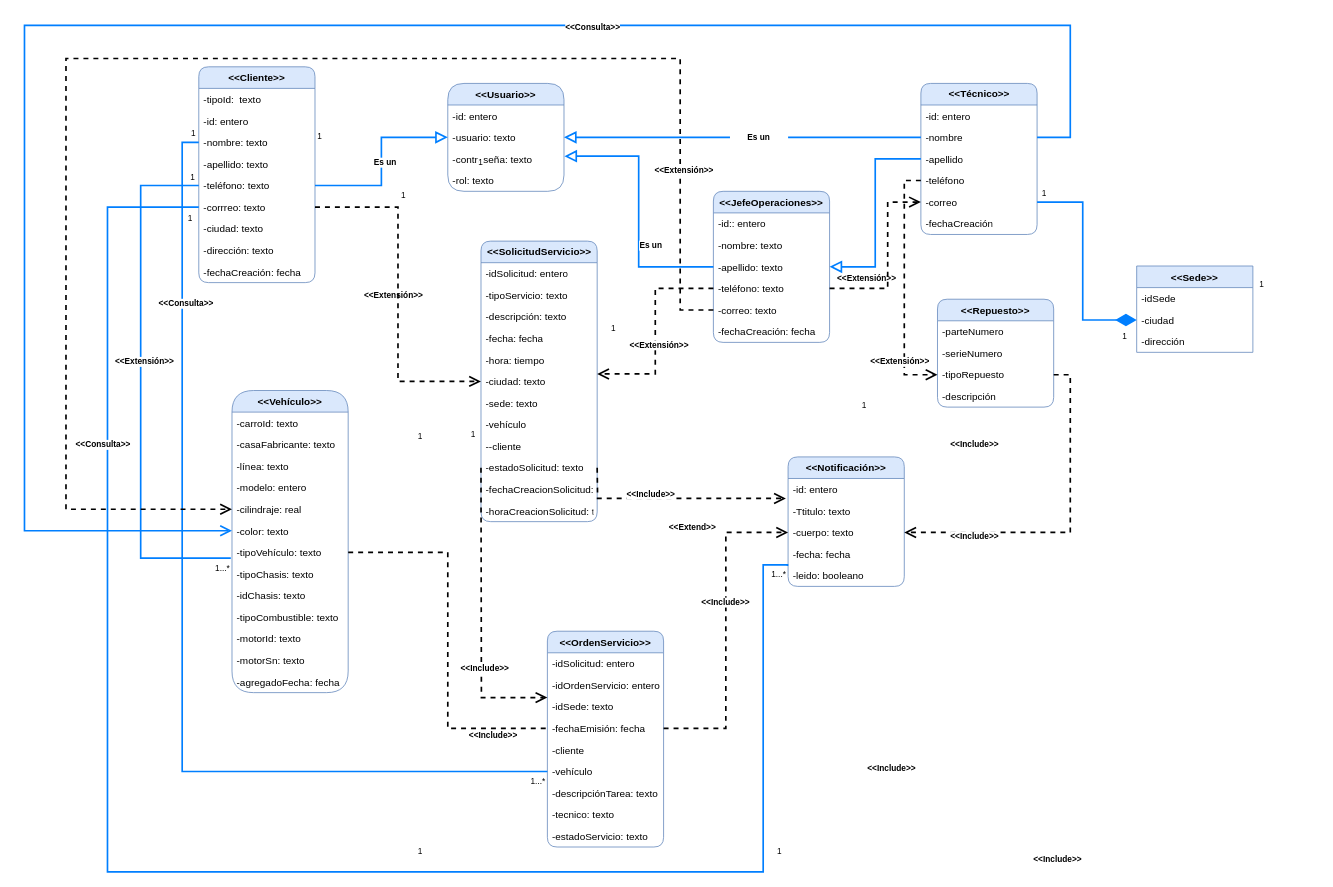
This is Diagrama_sima.drawio from Equipo9-G10/sima, a draw.io file, before an edit. Source tidied: cells renumbered, new cells numbered last; positions are measured from the earlier drawing's top-left corner, leaving out a move shared by most shapes. Both pictures are drawn from the tidied source at 83%, with x=0, y=0 at pixel (24, 14).
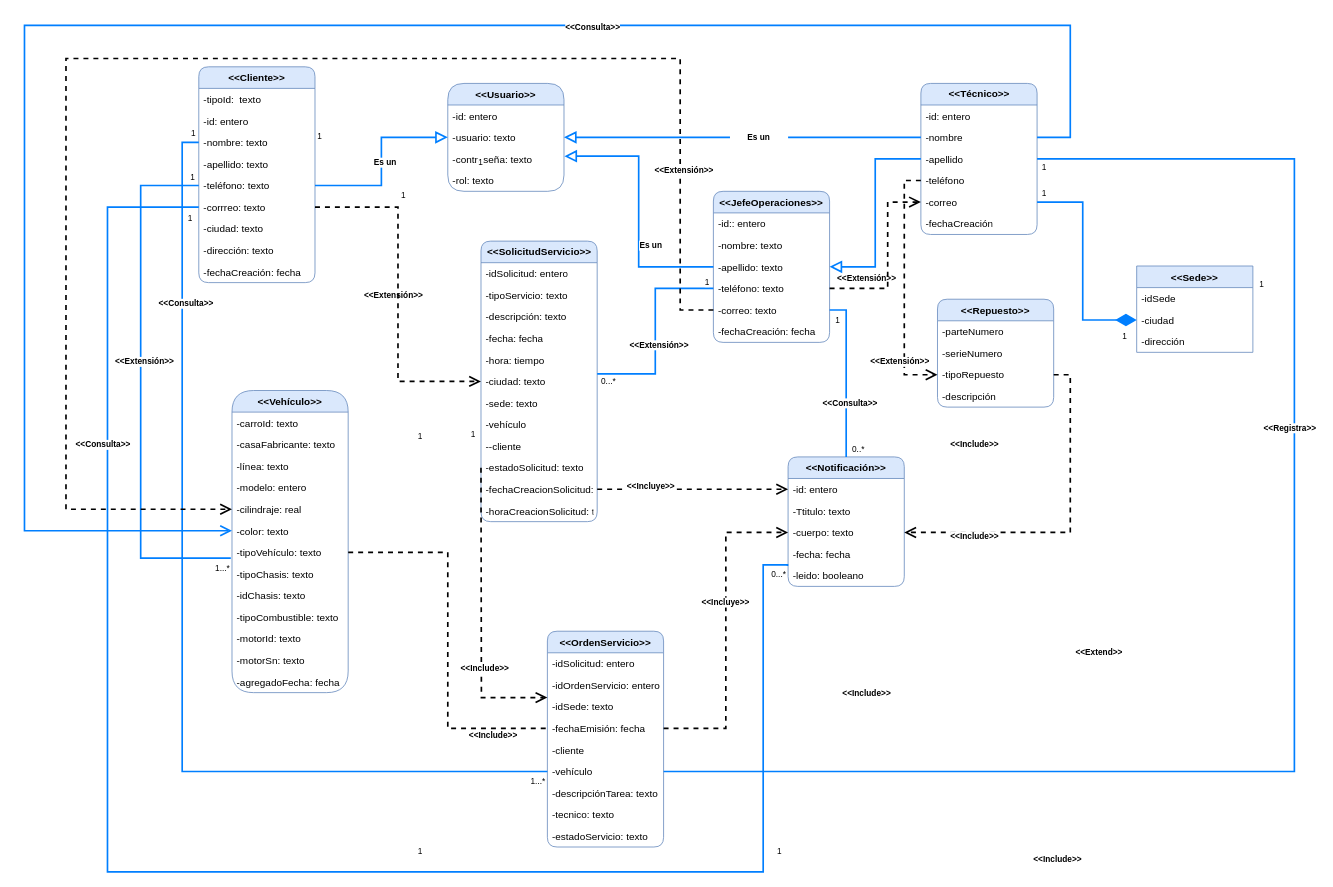
The same page after the edit.

Unchanged cells that the change refers to:
```xml
<mxCell id="22" value="-teléfono: texto" style="text;strokeColor=none;fillColor=none;align=left;verticalAlign=top;spacingLeft=4;spacingRight=4;overflow=hidden;points=[[0,0.5],[1,0.5]];portConstraint=eastwest;rounded=1;labelBackgroundColor=default;fontSize=12;" parent="18" vertex="1">
  <mxGeometry y="104" width="140" height="26" as="geometry" />
</mxCell>
<mxCell id="23" value="-correo: texto" style="text;strokeColor=none;fillColor=none;align=left;verticalAlign=top;spacingLeft=4;spacingRight=4;overflow=hidden;points=[[0,0.5],[1,0.5]];portConstraint=eastwest;rounded=1;labelBackgroundColor=default;fontSize=12;" parent="18" vertex="1">
  <mxGeometry y="130" width="140" height="26" as="geometry" />
</mxCell>
<mxCell id="28" value="-apellido" style="text;strokeColor=none;fillColor=none;align=left;verticalAlign=top;spacingLeft=4;spacingRight=4;overflow=hidden;points=[[0,0.5],[1,0.5]];portConstraint=eastwest;rounded=1;labelBackgroundColor=none;fontSize=12;html=1;" parent="25" vertex="1">
  <mxGeometry y="78" width="140" height="26" as="geometry" />
</mxCell>
<mxCell id="38" value="-ciudad: texto" style="text;strokeColor=none;fillColor=none;align=left;verticalAlign=top;spacingLeft=4;spacingRight=4;overflow=hidden;points=[[0,0.5],[1,0.5]];portConstraint=eastwest;rounded=1;labelBackgroundColor=none;fontSize=12;html=1;" parent="32" vertex="1">
  <mxGeometry y="156" width="140" height="26" as="geometry" />
</mxCell>
<mxCell id="43" value="-fechaCreacionSolicitud:&amp;nbsp;" style="text;strokeColor=none;fillColor=none;align=left;verticalAlign=top;spacingLeft=4;spacingRight=4;overflow=hidden;points=[[0,0.5],[1,0.5]];portConstraint=eastwest;rounded=1;labelBackgroundColor=none;fontSize=12;html=1;" parent="32" vertex="1">
  <mxGeometry y="286" width="140" height="26" as="geometry" />
</mxCell>
<mxCell id="70" value="-vehículo" style="text;strokeColor=none;fillColor=none;align=left;verticalAlign=top;spacingLeft=4;spacingRight=4;overflow=hidden;points=[[0,0.5],[1,0.5]];portConstraint=eastwest;fontSize=12;" parent="64" vertex="1">
  <mxGeometry y="156" width="140" height="26" as="geometry" />
</mxCell>
<mxCell id="76" value="&lt;&lt;Notificación&gt;&gt;" style="swimlane;fontStyle=1;horizontal=1;startSize=26;fillColor=#dae8fc;rounded=1;glass=0;fontSize=12;strokeColor=#6c8ebf;" parent="1" vertex="1">
  <mxGeometry x="920" y="533" width="140" height="156" as="geometry" />
</mxCell>
<mxCell id="77" value="-id: entero" style="text;strokeColor=none;fillColor=none;align=left;verticalAlign=top;spacingLeft=4;spacingRight=4;overflow=hidden;points=[[0,0.5],[1,0.5]];portConstraint=eastwest;rounded=1;glass=0;fontSize=12;" parent="76" vertex="1">
  <mxGeometry y="26" width="140" height="26" as="geometry" />
</mxCell>
```

What changed in the source:
```diff
@@
-    <mxCell id="45" value="1" style="text;html=1;strokeColor=none;fillColor=none;align=center;verticalAlign=middle;whiteSpace=wrap;rounded=0;labelBackgroundColor=default;fontSize=10;" parent="1" vertex="1">
-      <mxGeometry x="690" y="363" width="40" height="30" as="geometry" />
-    </mxCell>
     <mxCell id="46" value="1" style="text;html=1;strokeColor=none;fillColor=none;align=center;verticalAlign=middle;whiteSpace=wrap;rounded=0;labelBackgroundColor=default;fontSize=10;" parent="1" vertex="1">
-      <mxGeometry x="992" y="456" width="40" height="30" as="geometry" />
+      <mxGeometry x="960" y="353" width="40" height="30" as="geometry" />
     </mxCell>
@@
     <mxCell id="75" value="&amp;lt;&amp;lt;Extend&amp;gt;&amp;gt;" style="rounded=1;fontSize=10;strokeColor=none;fillColor=none;fontStyle=1;labelBackgroundColor=default;html=1;whiteSpace=wrap;" parent="1" vertex="1">
-      <mxGeometry x="770" y="603" width="70" height="30" as="geometry" />
+      <mxGeometry x="1260" y="753" width="70" height="30" as="geometry" />
     </mxCell>
@@
-    <mxCell id="89" style="edgeStyle=orthogonalEdgeStyle;rounded=0;jettySize=auto;html=1;exitX=1;exitY=0.5;exitDx=0;exitDy=0;entryX=-0.019;entryY=0.923;entryDx=0;entryDy=0;entryPerimeter=0;dashed=1;strokeColor=#000000;endArrow=open;endFill=0;endSize=10;strokeWidth=2;" parent="1" edge="1" target="77">
-      <mxGeometry relative="1" as="geometry">
-        <mxPoint x="690" y="546" as="sourcePoint" />
-      </mxGeometry>
-    </mxCell>
-    <mxCell id="90" value="&amp;lt;&amp;lt;Include&amp;gt;&amp;gt;" style="rounded=1;fontSize=10;strokeColor=none;fillColor=none;fontStyle=1;labelBackgroundColor=default;html=1;whiteSpace=wrap;" parent="1" vertex="1">
-      <mxGeometry x="720" y="563" width="70" height="30" as="geometry" />
-    </mxCell>
@@
-    <mxCell id="92" value="&amp;lt;&amp;lt;Include&amp;gt;&amp;gt;" style="rounded=1;fontSize=10;strokeColor=none;fillColor=none;fontStyle=1;labelBackgroundColor=default;html=1;whiteSpace=wrap;" parent="1" vertex="1">
+    <mxCell id="92" value="&amp;lt;&amp;lt;Incluye&amp;gt;&amp;gt;" style="rounded=1;fontSize=10;strokeColor=none;fillColor=none;fontStyle=1;labelBackgroundColor=default;html=1;whiteSpace=wrap;" parent="1" vertex="1">
       <mxGeometry x="810" y="693" width="70" height="30" as="geometry" />
     </mxCell>
@@
     <mxCell id="112" value="&amp;lt;&amp;lt;Include&amp;gt;&amp;gt;" style="rounded=1;fontSize=10;strokeColor=none;fillColor=none;fontStyle=1;labelBackgroundColor=default;html=1;whiteSpace=wrap;" parent="1" vertex="1">
-      <mxGeometry x="1010" y="893" width="70" height="30" as="geometry" />
+      <mxGeometry x="980" y="803" width="70" height="30" as="geometry" />
     </mxCell>
@@
-    <mxCell id="131" value="1...*" style="text;html=1;strokeColor=none;fillColor=none;align=center;verticalAlign=middle;whiteSpace=wrap;rounded=0;labelBackgroundColor=default;fontSize=10;fontStyle=0;" parent="1" vertex="1">
+    <mxCell id="131" value="0...*" style="text;html=1;strokeColor=none;fillColor=none;align=center;verticalAlign=middle;whiteSpace=wrap;rounded=0;labelBackgroundColor=default;fontSize=10;fontStyle=0;" parent="1" vertex="1">
       <mxGeometry x="889" y="659" width="40" height="30" as="geometry" />
     </mxCell>
@@
-    <mxCell id="133" style="edgeStyle=orthogonalEdgeStyle;rounded=0;jettySize=auto;html=1;exitX=0;exitY=0.5;exitDx=0;exitDy=0;dashed=1;endArrow=open;endFill=0;endSize=10;strokeColor=#000000;strokeWidth=2;entryX=1;entryY=0.154;entryDx=0;entryDy=0;entryPerimeter=0;" parent="1" edge="1" source="22" target="38">
+    <mxCell id="133" style="edgeStyle=orthogonalEdgeStyle;rounded=0;jettySize=auto;html=1;exitX=0;exitY=0.5;exitDx=0;exitDy=0;endArrow=none;endFill=0;endSize=10;strokeColor=#007FFF;strokeWidth=2;entryX=1;entryY=0.154;entryDx=0;entryDy=0;entryPerimeter=0;" parent="1" edge="1" source="22" target="38">
       <mxGeometry relative="1" as="geometry" />
     </mxCell>
@@
+    <mxCell id="142" style="edgeStyle=orthogonalEdgeStyle;rounded=0;jettySize=auto;html=1;exitX=1;exitY=0.5;exitDx=0;exitDy=0;entryX=1;entryY=0.5;entryDx=0;entryDy=0;endArrow=none;endFill=0;endSize=10;strokeColor=#007FFF;strokeWidth=2;" parent="1" edge="1" source="28" target="70">
+      <mxGeometry relative="1" as="geometry">
+        <Array as="points">
+          <mxPoint x="1530" y="174" />
+          <mxPoint x="1530" y="912" />
+        </Array>
+      </mxGeometry>
+    </mxCell>
+    <mxCell id="143" value="&amp;lt;&amp;lt;Registra&amp;gt;&amp;gt;" style="rounded=1;fontSize=10;strokeColor=none;fillColor=none;fontStyle=1;labelBackgroundColor=default;html=1;whiteSpace=wrap;" parent="1" vertex="1">
+      <mxGeometry x="1490" y="483" width="70" height="30" as="geometry" />
+    </mxCell>
+    <mxCell id="144" style="edgeStyle=orthogonalEdgeStyle;rounded=0;jettySize=auto;html=1;exitX=1;exitY=0.5;exitDx=0;exitDy=0;entryX=0;entryY=0.5;entryDx=0;entryDy=0;endArrow=open;endFill=0;endSize=10;strokeColor=#000000;strokeWidth=2;dashed=1;" parent="1" edge="1" source="43" target="77">
+      <mxGeometry relative="1" as="geometry" />
+    </mxCell>
+    <mxCell id="145" value="&amp;lt;&amp;lt;Incluye&amp;gt;&amp;gt;" style="rounded=1;fontSize=10;strokeColor=none;fillColor=none;fontStyle=1;labelBackgroundColor=default;html=1;whiteSpace=wrap;" parent="1" vertex="1">
+      <mxGeometry x="720" y="553" width="70" height="30" as="geometry" />
+    </mxCell>
+    <mxCell id="146" style="edgeStyle=orthogonalEdgeStyle;rounded=0;jettySize=auto;html=1;exitX=1;exitY=0.5;exitDx=0;exitDy=0;entryX=0.5;entryY=0;entryDx=0;entryDy=0;endArrow=none;endFill=0;endSize=10;strokeColor=#007FFF;strokeWidth=2;" parent="1" edge="1" source="23" target="76">
+      <mxGeometry relative="1" as="geometry" />
+    </mxCell>
+    <mxCell id="147" value="0..*" style="text;html=1;strokeColor=none;fillColor=none;align=center;verticalAlign=middle;whiteSpace=wrap;rounded=0;labelBackgroundColor=default;fontSize=10;" parent="1" vertex="1">
+      <mxGeometry x="985" y="508" width="40" height="30" as="geometry" />
+    </mxCell>
+    <mxCell id="148" value="&amp;lt;&amp;lt;Consulta&amp;gt;&amp;gt;" style="rounded=1;fontSize=10;strokeColor=none;fillColor=none;fontStyle=1;labelBackgroundColor=default;html=1;whiteSpace=wrap;" parent="1" vertex="1">
+      <mxGeometry x="960" y="453" width="70" height="30" as="geometry" />
+    </mxCell>
+    <mxCell id="149" value="1" style="text;html=1;strokeColor=none;fillColor=none;align=center;verticalAlign=middle;whiteSpace=wrap;rounded=0;labelBackgroundColor=default;fontSize=10;" parent="1" vertex="1">
+      <mxGeometry x="1209" y="169" width="40" height="30" as="geometry" />
+    </mxCell>
+    <mxCell id="150" value="1" style="text;html=1;strokeColor=none;fillColor=none;align=center;verticalAlign=middle;whiteSpace=wrap;rounded=0;labelBackgroundColor=default;fontSize=10;" parent="1" vertex="1">
+      <mxGeometry x="803" y="307" width="40" height="30" as="geometry" />
+    </mxCell>
+    <mxCell id="151" value="0...*" style="text;html=1;strokeColor=none;fillColor=none;align=center;verticalAlign=middle;whiteSpace=wrap;rounded=0;labelBackgroundColor=default;fontSize=10;fontStyle=0;" parent="1" vertex="1">
+      <mxGeometry x="684" y="427" width="40" height="30" as="geometry" />
+    </mxCell>
```
